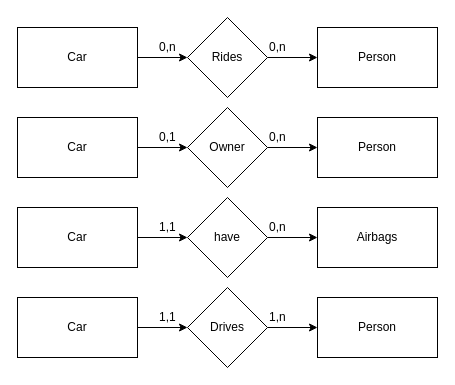
This is Data Engineer/Main Studies/Module 6 - Database and Data Warehouse/D1/task1.drawio from m-c-v-k/Portfolio, a draw.io file, before an edit. Source tidied: cells renumbered, new cells numbered last; positions are measured from the earlier drawing's top-left corner, leaving out a move shared by most shapes. Both pictures are drawn from the tidied source at 100%, with x=0, y=0 at pixel (17, 17).
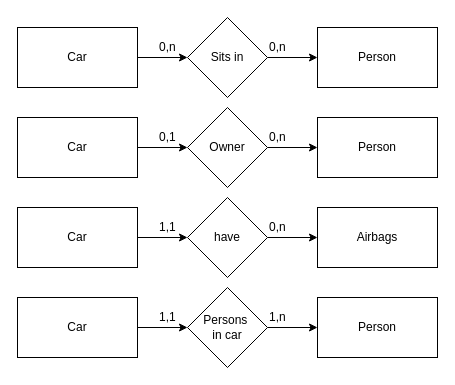
After the change.

Commit message (it also covers changes not shown here):
Canges to task 1, task 3

The edit, as a diff of the source:
```diff
@@
-    <mxCell id="12" value="Drives" style="rhombus;whiteSpace=wrap;html=1;" parent="1" vertex="1">
+    <mxCell id="12" value="Persons&amp;nbsp;&lt;br&gt;in car" style="rhombus;whiteSpace=wrap;html=1;" parent="1" vertex="1">
       <mxGeometry x="170" y="270" width="80" height="80" as="geometry" />
     </mxCell>
@@
-    <mxCell id="19" value="Rides" style="rhombus;whiteSpace=wrap;html=1;" parent="1" vertex="1">
+    <mxCell id="19" value="Sits in" style="rhombus;whiteSpace=wrap;html=1;" parent="1" vertex="1">
       <mxGeometry x="170" width="80" height="80" as="geometry" />
     </mxCell>
```
